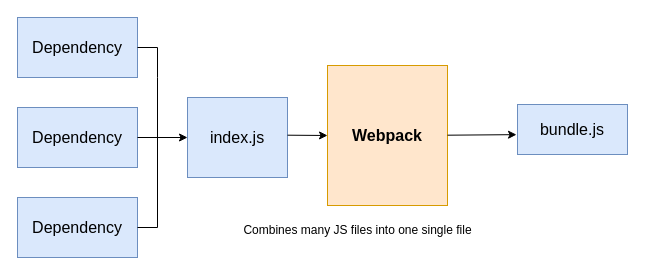
afflato/system keeps this draw.io diagram as page "Server-Arch" (1 of 2) of Frontend-Integration.drawio. Above is the earlier version. Source tidied: cells renumbered, new cells numbered last; positions are measured from the earlier drawing's top-left corner, leaving out a move shared by most shapes. Both pictures are drawn from the tidied source at 100%, with x=0, y=0 at pixel (17, 17).
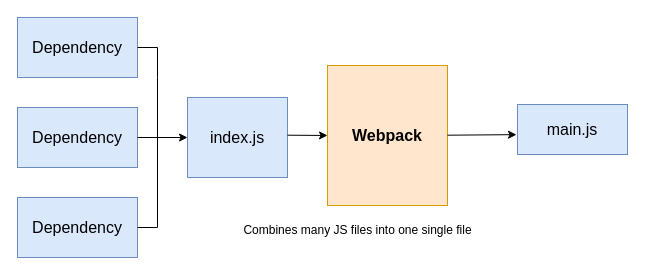
The same diagram, later.

Change to the diagram source:
```diff
@@
 <mxGraphModel>
   <root>
     <mxCell id="0" />
     <mxCell id="1" parent="0" />
     <mxCell id="2" style="group;" parent="1" vertex="1">
       <mxGeometry width="610" height="240" as="geometry" />
     </mxCell>
     <mxCell id="3" value="&lt;font style=&quot;font-size: 16px;&quot;&gt;Dependency&lt;/font&gt;" style="rounded=0;whiteSpace=wrap;html=1;fillColor=#dae8fc;strokeColor=#6c8ebf;" parent="2" vertex="1">
       <mxGeometry width="120" height="60" as="geometry" />
     </mxCell>
     <mxCell id="4" value="&lt;font style=&quot;font-size: 16px;&quot;&gt;Dependency&lt;/font&gt;" style="rounded=0;whiteSpace=wrap;html=1;fillColor=#dae8fc;strokeColor=#6c8ebf;" parent="2" vertex="1">
       <mxGeometry y="90" width="120" height="60" as="geometry" />
     </mxCell>
     <mxCell id="5" value="&lt;font style=&quot;font-size: 16px;&quot;&gt;Dependency&lt;/font&gt;" style="rounded=0;whiteSpace=wrap;html=1;fillColor=#dae8fc;strokeColor=#6c8ebf;" parent="2" vertex="1">
       <mxGeometry y="180" width="120" height="60" as="geometry" />
     </mxCell>
     <mxCell id="6" value="&lt;font style=&quot;font-size: 16px;&quot;&gt;index.js&lt;/font&gt;" style="rounded=0;whiteSpace=wrap;html=1;fillColor=#dae8fc;strokeColor=#6c8ebf;" parent="2" vertex="1">
       <mxGeometry x="170" y="80" width="100" height="80" as="geometry" />
     </mxCell>
     <mxCell id="7" value="&lt;b&gt;&lt;font style=&quot;font-size: 16px;&quot;&gt;Webpack&lt;/font&gt;&lt;/b&gt;" style="rounded=0;whiteSpace=wrap;html=1;fillColor=#ffe6cc;strokeColor=#d79b00;" parent="2" vertex="1">
       <mxGeometry x="310" y="48" width="120" height="140" as="geometry" />
     </mxCell>
-    <mxCell id="8" value="&lt;font style=&quot;font-size: 16px;&quot;&gt;bundle.js&lt;/font&gt;" style="rounded=0;whiteSpace=wrap;html=1;fillColor=#dae8fc;strokeColor=#6c8ebf;" parent="2" vertex="1">
+    <mxCell id="8" value="&lt;font style=&quot;font-size: 16px;&quot;&gt;main.js&lt;/font&gt;" style="rounded=0;whiteSpace=wrap;html=1;fillColor=#dae8fc;strokeColor=#6c8ebf;" parent="2" vertex="1">
       <mxGeometry x="500" y="87" width="110" height="50" as="geometry" />
     </mxCell>
     <mxCell id="9" style="endArrow=classic;html=1;rounded=0;exitX=1;exitY=0.5;exitDx=0;exitDy=0;entryX=0;entryY=0.5;entryDx=0;entryDy=0;" parent="2" edge="1" source="4" target="6">
       <mxGeometry relative="1" as="geometry" />
     </mxCell>
     <mxCell id="10" style="endArrow=none;html=1;rounded=0;exitX=1;exitY=0.5;exitDx=0;exitDy=0;" parent="2" edge="1" source="3" target="5">
       <mxGeometry relative="1" as="geometry">
         <Array as="points">
           <mxPoint x="140" y="30" />
           <mxPoint x="140" y="60" />
           <mxPoint x="140" y="210" />
         </Array>
       </mxGeometry>
     </mxCell>
     <mxCell id="11" style="endArrow=classic;html=1;rounded=0;exitX=1;exitY=0.5;exitDx=0;exitDy=0;entryX=0;entryY=0.5;entryDx=0;entryDy=0;" parent="2" edge="1" target="7">
       <mxGeometry relative="1" as="geometry">
         <mxPoint x="270" y="117.7" as="sourcePoint" />
       </mxGeometry>
     </mxCell>
     <mxCell id="12" style="endArrow=classic;html=1;rounded=0;exitX=1;exitY=0.5;exitDx=0;exitDy=0;entryX=-0.009;entryY=0.603;entryDx=0;entryDy=0;entryPerimeter=0;" parent="2" edge="1" target="8">
       <mxGeometry relative="1" as="geometry">
         <mxPoint x="430" y="117.7" as="sourcePoint" />
       </mxGeometry>
     </mxCell>
     <mxCell id="13" value="Combines many JS files into one single file" style="text;html=1;align=center;verticalAlign=middle;strokeColor=none;fillColor=none;" parent="2" vertex="1">
       <mxGeometry x="215" y="198" width="250" height="30" as="geometry" />
     </mxCell>
   </root>
 </mxGraphModel>
```
